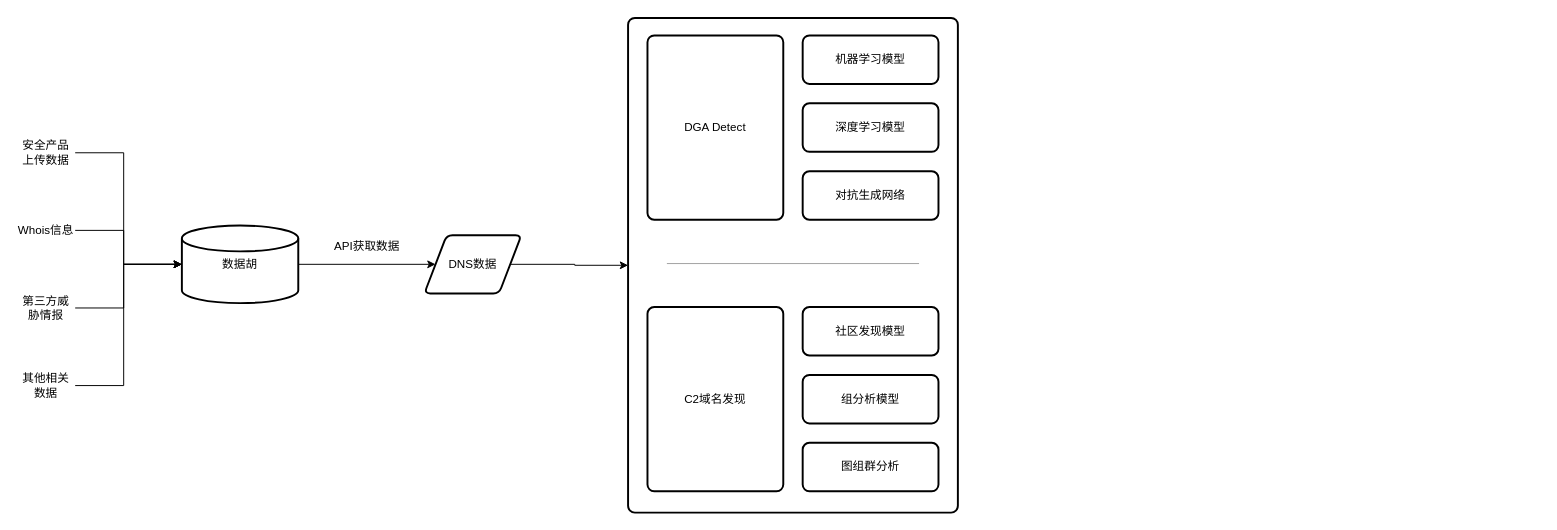
sidney-neu/draw_io keeps this draw.io diagram as dns securty.drawio. Above is the earlier version. Source tidied: cells renumbered, new cells numbered last; positions are measured from the earlier drawing's top-left corner, leaving out a move shared by most shapes. Both pictures are drawn from the tidied source at 97%, with x=0, y=0 at pixel (16, 17).
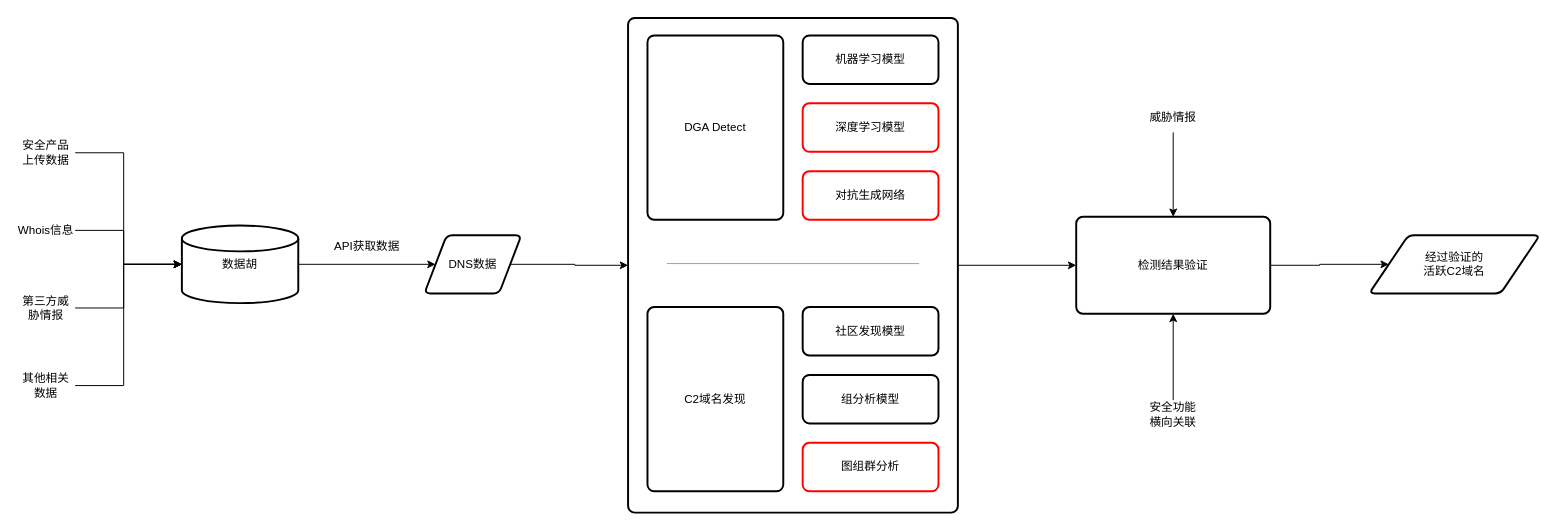
After the change.

The change refers to these unchanged cells:
```xml
<mxCell id="2" style="rounded=1;whiteSpace=wrap;html=1;absoluteArcSize=1;arcSize=14;strokeWidth=2;" parent="1" vertex="1">
  <mxGeometry x="630" width="340" height="510" as="geometry" />
</mxCell>
```

What changed in the source:
```diff
@@
+    <mxCell id="25" style="edgeStyle=orthogonalEdgeStyle;rounded=0;jettySize=auto;html=1;entryX=0;entryY=0.5;entryDx=0;entryDy=0;" parent="1" edge="1" source="2" target="27">
+      <mxGeometry relative="1" as="geometry" />
+    </mxCell>
@@
-    <mxCell id="18" value="深度学习模型" style="rounded=1;whiteSpace=wrap;html=1;absoluteArcSize=1;arcSize=14;strokeWidth=2;" parent="1" vertex="1">
+    <mxCell id="18" value="深度学习模型" style="rounded=1;whiteSpace=wrap;html=1;absoluteArcSize=1;arcSize=14;strokeWidth=2;strokeColor=#FF0000;" parent="1" vertex="1">
       <mxGeometry x="810" y="88" width="140" height="50" as="geometry" />
     </mxCell>
-    <mxCell id="19" value="对抗生成网络" style="rounded=1;whiteSpace=wrap;html=1;absoluteArcSize=1;arcSize=14;strokeWidth=2;" parent="1" vertex="1">
+    <mxCell id="19" value="对抗生成网络" style="rounded=1;whiteSpace=wrap;html=1;absoluteArcSize=1;arcSize=14;strokeWidth=2;strokeColor=#FF0000;" parent="1" vertex="1">
       <mxGeometry x="810" y="158" width="140" height="50" as="geometry" />
     </mxCell>
@@
-    <mxCell id="23" value="图组群分析" style="rounded=1;whiteSpace=wrap;html=1;absoluteArcSize=1;arcSize=14;strokeWidth=2;" parent="1" vertex="1">
+    <mxCell id="23" value="图组群分析" style="rounded=1;whiteSpace=wrap;html=1;absoluteArcSize=1;arcSize=14;strokeWidth=2;strokeColor=#FF0000;" parent="1" vertex="1">
       <mxGeometry x="810" y="438" width="140" height="50" as="geometry" />
     </mxCell>
@@
+    <mxCell id="26" style="edgeStyle=orthogonalEdgeStyle;rounded=0;jettySize=auto;html=1;entryX=0;entryY=0.5;entryDx=0;entryDy=0;" parent="1" edge="1" source="27" target="32">
+      <mxGeometry relative="1" as="geometry" />
+    </mxCell>
+    <mxCell id="27" value="检测结果验证" style="rounded=1;whiteSpace=wrap;html=1;absoluteArcSize=1;arcSize=14;strokeWidth=2;" parent="1" vertex="1">
+      <mxGeometry x="1092" y="205" width="200" height="100" as="geometry" />
+    </mxCell>
+    <mxCell id="28" style="edgeStyle=orthogonalEdgeStyle;rounded=0;jettySize=auto;html=1;entryX=0.5;entryY=0;entryDx=0;entryDy=0;" parent="1" edge="1" source="29" target="27">
+      <mxGeometry relative="1" as="geometry" />
+    </mxCell>
+    <mxCell id="29" value="威胁情报" style="text;strokeColor=none;align=center;fillColor=none;html=1;verticalAlign=middle;whiteSpace=wrap;rounded=0;" parent="1" vertex="1">
+      <mxGeometry x="1162" y="88" width="60" height="30" as="geometry" />
+    </mxCell>
+    <mxCell id="30" style="edgeStyle=orthogonalEdgeStyle;rounded=0;jettySize=auto;html=1;entryX=0.5;entryY=1;entryDx=0;entryDy=0;" parent="1" edge="1" source="31" target="27">
+      <mxGeometry relative="1" as="geometry" />
+    </mxCell>
+    <mxCell id="31" value="安全功能横向关联" style="text;strokeColor=none;align=center;fillColor=none;html=1;verticalAlign=middle;whiteSpace=wrap;rounded=0;" parent="1" vertex="1">
+      <mxGeometry x="1162" y="394" width="60" height="30" as="geometry" />
+    </mxCell>
+    <mxCell id="32" value="&lt;div&gt;经过验证的&lt;/div&gt;&lt;div&gt;活跃C2域名&lt;/div&gt;" style="shape=parallelogram;html=1;strokeWidth=2;perimeter=parallelogramPerimeter;whiteSpace=wrap;rounded=1;arcSize=12;size=0.23;" parent="1" vertex="1">
+      <mxGeometry x="1394" y="224" width="176" height="60" as="geometry" />
+    </mxCell>
```
